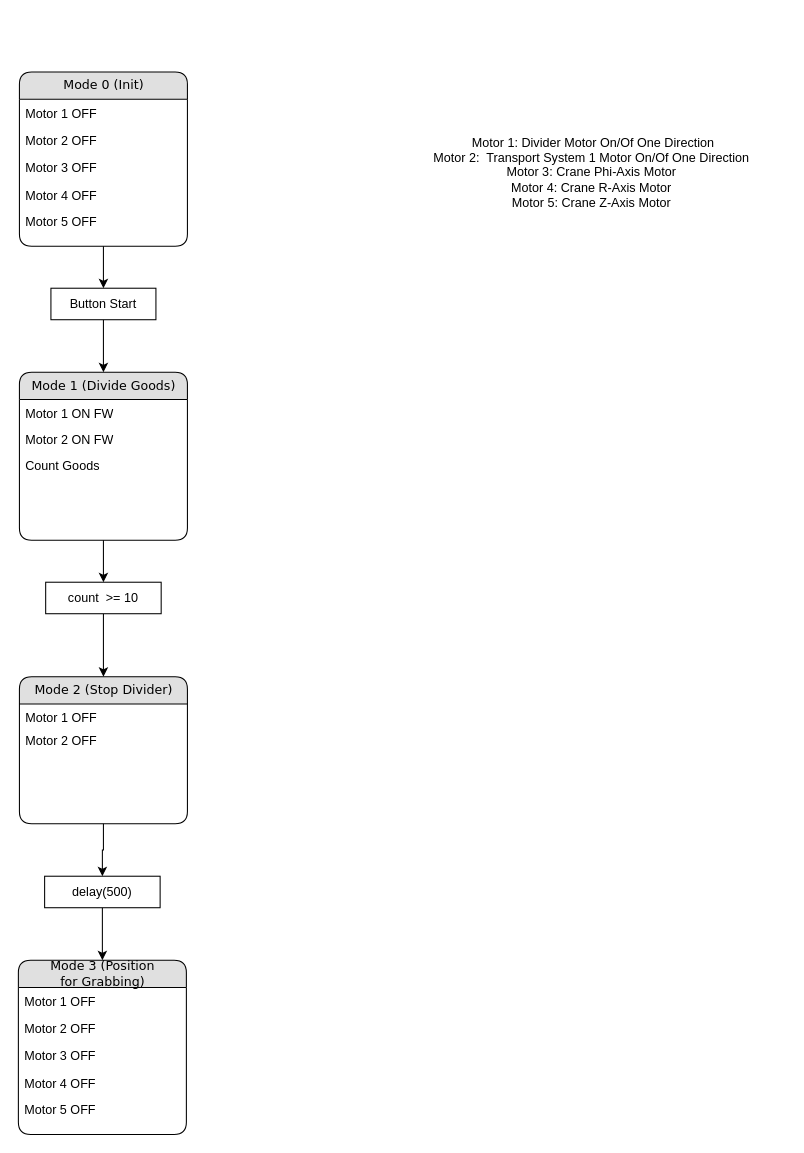
valnim/PMS2022 keeps this draw.io diagram as Arduino/Flowchart_arduino.drawio. Above is the earlier version. Source tidied: cells renumbered, new cells numbered last; positions are measured from the earlier drawing's top-left corner, leaving out a move shared by most shapes. Both pictures are drawn from the tidied source at 105%, with x=0, y=0 at pixel (18, 71).
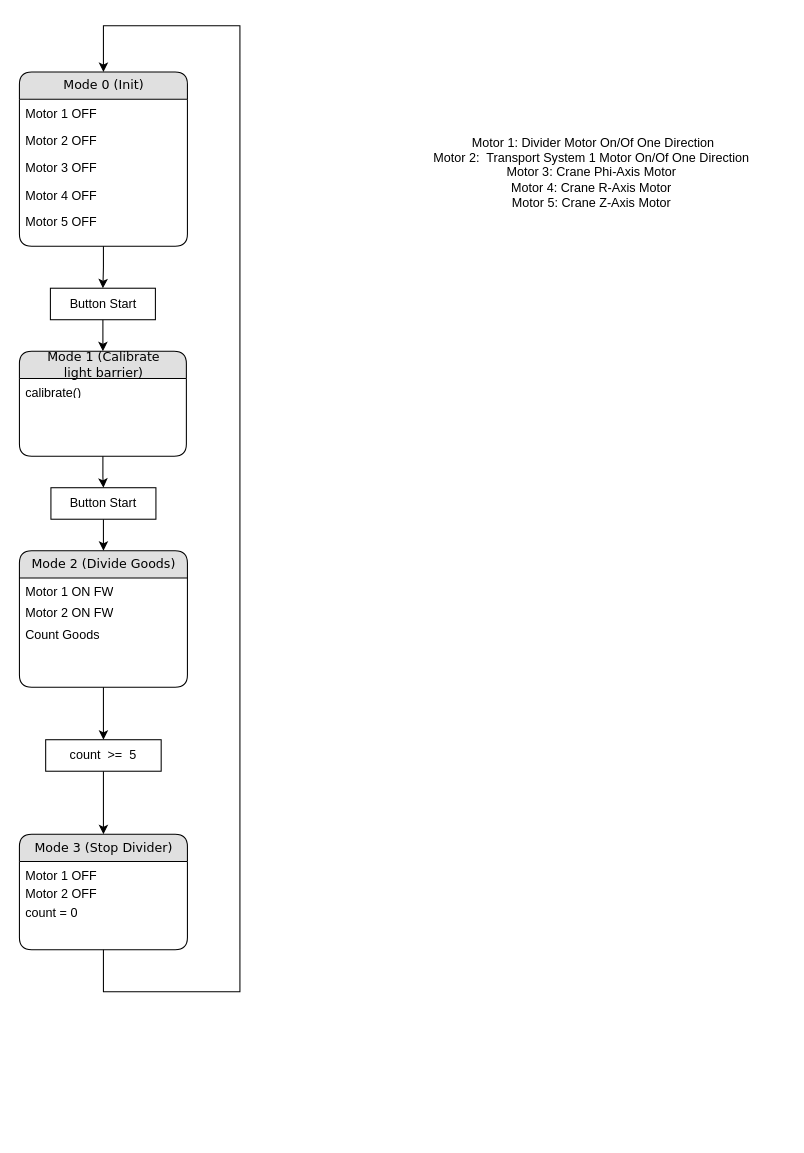
After the change.

Commit message:
add Calibration Step to Flowchart

Unchanged cells that the change refers to:
```xml
<mxCell id="4" value="Mode 0 (Init)" style="swimlane;html=1;fontStyle=0;horizontal=1;startSize=26;fillColor=#e0e0e0;swimlaneFillColor=#ffffff;align=center;rounded=1;shadow=0;comic=0;labelBackgroundColor=none;strokeWidth=1;fontFamily=Verdana;fontSize=12;" parent="3" vertex="1">
  <mxGeometry width="160" height="166" as="geometry" />
</mxCell>
```

What changed in the source:
```diff
@@
     <mxCell id="10" style="group;" parent="1" vertex="1">
-      <mxGeometry x="1" y="286" width="160" height="160" as="geometry" />
+      <mxGeometry x="1" y="456" width="160" height="130" as="geometry" />
     </mxCell>
-    <mxCell id="11" value="Mode 1 (Divide Goods)" style="swimlane;html=1;fontStyle=0;horizontal=1;startSize=26;fillColor=#e0e0e0;swimlaneFillColor=#ffffff;align=center;rounded=1;shadow=0;comic=0;labelBackgroundColor=none;strokeWidth=1;fontFamily=Verdana;fontSize=12;" parent="10" vertex="1">
-      <mxGeometry width="160" height="160" as="geometry" />
+    <mxCell id="11" value="Mode 2 (Divide Goods)" style="swimlane;html=1;fontStyle=0;horizontal=1;startSize=26;fillColor=#e0e0e0;swimlaneFillColor=#ffffff;align=center;rounded=1;shadow=0;comic=0;labelBackgroundColor=none;strokeWidth=1;fontFamily=Verdana;fontSize=12;" parent="10" vertex="1">
+      <mxGeometry width="160" height="130" as="geometry" />
     </mxCell>
     <mxCell id="12" value="Motor 1 ON FW" style="text;html=1;strokeColor=none;fillColor=none;spacingLeft=4;spacingRight=4;whiteSpace=wrap;overflow=hidden;" parent="11" vertex="1">
-      <mxGeometry y="26" width="160" height="25.1" as="geometry" />
+      <mxGeometry y="26" width="160" height="20.4" as="geometry" />
     </mxCell>
     <mxCell id="13" value="Motor 2 ON FW" style="text;html=1;strokeColor=none;fillColor=none;spacingLeft=4;spacingRight=4;whiteSpace=wrap;overflow=hidden;" parent="11" vertex="1">
-      <mxGeometry y="51.1" width="160" height="25.1" as="geometry" />
+      <mxGeometry y="46.4" width="160" height="20.4" as="geometry" />
     </mxCell>
     <mxCell id="14" value="Count Goods" style="text;html=1;strokeColor=none;fillColor=none;spacingLeft=4;spacingRight=4;whiteSpace=wrap;overflow=hidden;" parent="11" vertex="1">
-      <mxGeometry y="76.1" width="160" height="25.1" as="geometry" />
+      <mxGeometry y="66.7" width="160" height="20.4" as="geometry" />
     </mxCell>
-    <mxCell id="15" style="edgeStyle=orthogonalEdgeStyle;rounded=0;jettySize=auto;html=1;" parent="1" edge="1" source="16">
-      <mxGeometry relative="1" as="geometry">
-        <mxPoint x="81" y="286" as="targetPoint" />
-      </mxGeometry>
-    </mxCell>
+    <mxCell id="35" style="edgeStyle=orthogonalEdgeStyle;rounded=0;jettySize=auto;html=1;entryX=0.5;entryY=0;entryDx=0;entryDy=0;" parent="1" edge="1" source="16" target="11">
+      <mxGeometry relative="1" as="geometry" />
+    </mxCell>
     <mxCell id="16" value="Button Start" style="rounded=0;whiteSpace=wrap;html=1;" parent="1" vertex="1">
-      <mxGeometry x="31" y="206" width="100" height="30" as="geometry" />
+      <mxGeometry x="31" y="396" width="100" height="30" as="geometry" />
     </mxCell>
-    <mxCell id="17" style="edgeStyle=orthogonalEdgeStyle;rounded=0;jettySize=auto;html=1;exitX=0.5;exitY=1;exitDx=0;exitDy=0;" parent="1" edge="1" source="4" target="16">
-      <mxGeometry relative="1" as="geometry" />
-    </mxCell>
     <mxCell id="18" style="group;" parent="1" vertex="1">
-      <mxGeometry x="1" y="576" width="160" height="140" as="geometry" />
+      <mxGeometry x="1" y="726" width="160" height="110" as="geometry" />
     </mxCell>
-    <mxCell id="19" value="Mode 2 (Stop Divider)" style="swimlane;html=1;fontStyle=0;horizontal=1;startSize=26;fillColor=#e0e0e0;swimlaneFillColor=#ffffff;align=center;rounded=1;shadow=0;comic=0;labelBackgroundColor=none;strokeWidth=1;fontFamily=Verdana;fontSize=12;" parent="18" vertex="1">
-      <mxGeometry width="160" height="140" as="geometry" />
+    <mxCell id="19" value="Mode 3 (Stop Divider)" style="swimlane;html=1;fontStyle=0;horizontal=1;startSize=26;fillColor=#e0e0e0;swimlaneFillColor=#ffffff;align=center;rounded=1;shadow=0;comic=0;labelBackgroundColor=none;strokeWidth=1;fontFamily=Verdana;fontSize=12;" parent="18" vertex="1">
+      <mxGeometry width="160" height="110" as="geometry" />
     </mxCell>
     <mxCell id="20" value="Motor 1 OFF" style="text;html=1;strokeColor=none;fillColor=none;spacingLeft=4;spacingRight=4;whiteSpace=wrap;overflow=hidden;" parent="19" vertex="1">
-      <mxGeometry y="26" width="160" height="21.9" as="geometry" />
+      <mxGeometry y="26" width="160" height="17.2" as="geometry" />
     </mxCell>
     <mxCell id="21" value="Motor 2 OFF" style="text;html=1;strokeColor=none;fillColor=none;spacingLeft=4;spacingRight=4;whiteSpace=wrap;overflow=hidden;" parent="19" vertex="1">
-      <mxGeometry y="47.9" width="160" height="21.9" as="geometry" />
+      <mxGeometry y="43.2" width="160" height="17.2" as="geometry" />
     </mxCell>
+    <mxCell id="36" value="count = 0" style="text;html=1;strokeColor=none;fillColor=none;spacingLeft=4;spacingRight=4;whiteSpace=wrap;overflow=hidden;" parent="19" vertex="1">
+      <mxGeometry y="60.5" width="160" height="17.2" as="geometry" />
+    </mxCell>
@@
-    <mxCell id="23" value="count&amp;nbsp; &amp;gt;= 10" style="rounded=0;whiteSpace=wrap;html=1;" parent="1" vertex="1">
-      <mxGeometry x="26" y="486" width="110" height="30" as="geometry" />
+    <mxCell id="23" value="count&amp;nbsp; &amp;gt;=&amp;nbsp; 5" style="rounded=0;whiteSpace=wrap;html=1;" parent="1" vertex="1">
+      <mxGeometry x="26" y="636" width="110" height="30" as="geometry" />
     </mxCell>
@@
-    <mxCell id="25" style="edgeStyle=orthogonalEdgeStyle;rounded=0;jettySize=auto;html=1;" parent="1" edge="1" source="26" target="29">
-      <mxGeometry relative="1" as="geometry" />
-    </mxCell>
-    <mxCell id="26" value="delay(500)" style="rounded=0;whiteSpace=wrap;html=1;" parent="1" vertex="1">
-      <mxGeometry x="25" y="766" width="110" height="30" as="geometry" />
-    </mxCell>
-    <mxCell id="27" style="edgeStyle=orthogonalEdgeStyle;rounded=0;jettySize=auto;html=1;entryX=0.5;entryY=0;entryDx=0;entryDy=0;" parent="1" edge="1" source="19" target="26">
-      <mxGeometry relative="1" as="geometry" />
+    <mxCell id="27" style="edgeStyle=orthogonalEdgeStyle;rounded=0;jettySize=auto;html=1;entryX=0.5;entryY=0;entryDx=0;entryDy=0;" parent="1" edge="1" source="19" target="4">
+      <mxGeometry relative="1" as="geometry">
+        <Array as="points">
+          <mxPoint x="81" y="876" />
+          <mxPoint x="211" y="876" />
+          <mxPoint x="211" y="-44" />
+          <mxPoint x="81" y="-44" />
+        </Array>
+      </mxGeometry>
     </mxCell>
     <mxCell id="28" style="group;" parent="1" vertex="1">
-      <mxGeometry y="846" width="160" height="166" as="geometry" />
+      <mxGeometry x="1" y="266" width="159" height="100" as="geometry" />
     </mxCell>
-    <mxCell id="29" value="Mode 3 (Position &lt;br&gt;for Grabbing)" style="swimlane;html=1;fontStyle=0;horizontal=1;startSize=26;fillColor=#e0e0e0;swimlaneFillColor=#ffffff;align=center;rounded=1;shadow=0;comic=0;labelBackgroundColor=none;strokeWidth=1;fontFamily=Verdana;fontSize=12;" parent="28" vertex="1">
-      <mxGeometry width="160" height="166" as="geometry" />
+    <mxCell id="29" value="Mode 1 (Calibrate &lt;br&gt;light barrier)" style="swimlane;html=1;fontStyle=0;horizontal=1;startSize=26;fillColor=#e0e0e0;swimlaneFillColor=#ffffff;align=center;rounded=1;shadow=0;comic=0;labelBackgroundColor=none;strokeWidth=1;fontFamily=Verdana;fontSize=12;" parent="28" vertex="1">
+      <mxGeometry width="159" height="100" as="geometry" />
     </mxCell>
-    <mxCell id="30" value="Motor 1 OFF" style="text;html=1;strokeColor=none;fillColor=none;spacingLeft=4;spacingRight=4;whiteSpace=wrap;overflow=hidden;" parent="29" vertex="1">
-      <mxGeometry y="26" width="160" height="26" as="geometry" />
+    <mxCell id="30" value="calibrate()" style="text;html=1;strokeColor=none;fillColor=none;spacingLeft=4;spacingRight=4;whiteSpace=wrap;overflow=hidden;" parent="29" vertex="1">
+      <mxGeometry y="26" width="159" height="15.7" as="geometry" />
     </mxCell>
-    <mxCell id="31" value="Motor 2 OFF" style="text;html=1;strokeColor=none;fillColor=none;spacingLeft=4;spacingRight=4;whiteSpace=wrap;overflow=hidden;" parent="29" vertex="1">
-      <mxGeometry y="52" width="160" height="26" as="geometry" />
-    </mxCell>
-    <mxCell id="32" value="Motor 3 OFF&lt;br&gt;" style="text;html=1;strokeColor=none;fillColor=none;spacingLeft=4;spacingRight=4;whiteSpace=wrap;overflow=hidden;" parent="29" vertex="1">
-      <mxGeometry y="78" width="160" height="26" as="geometry" />
-    </mxCell>
-    <mxCell id="33" value="Motor 4 OFF" style="text;html=1;strokeColor=none;fillColor=none;spacingLeft=4;spacingRight=4;whiteSpace=wrap;overflow=hidden;" parent="29" vertex="1">
-      <mxGeometry y="104" width="160" height="26" as="geometry" />
-    </mxCell>
-    <mxCell id="34" value="Motor 5 OFF" style="text;html=1;strokeColor=none;fillColor=none;spacingLeft=4;spacingRight=4;whiteSpace=wrap;overflow=hidden;" parent="28" vertex="1">
-      <mxGeometry y="129" width="160" height="26" as="geometry" />
-    </mxCell>
+    <mxCell id="37" style="edgeStyle=orthogonalEdgeStyle;rounded=0;jettySize=auto;html=1;entryX=0.5;entryY=0;entryDx=0;entryDy=0;" parent="1" edge="1" source="38" target="29">
+      <mxGeometry relative="1" as="geometry" />
+    </mxCell>
+    <mxCell id="38" value="Button Start" style="rounded=0;whiteSpace=wrap;html=1;" parent="1" vertex="1">
+      <mxGeometry x="30.5" y="206" width="100" height="30" as="geometry" />
+    </mxCell>
+    <mxCell id="39" style="edgeStyle=orthogonalEdgeStyle;rounded=0;jettySize=auto;html=1;" parent="1" edge="1" source="4" target="38">
+      <mxGeometry relative="1" as="geometry" />
+    </mxCell>
+    <mxCell id="40" style="edgeStyle=orthogonalEdgeStyle;rounded=0;jettySize=auto;html=1;entryX=0.5;entryY=0;entryDx=0;entryDy=0;" parent="1" edge="1" source="29" target="16">
+      <mxGeometry relative="1" as="geometry" />
+    </mxCell>
```
